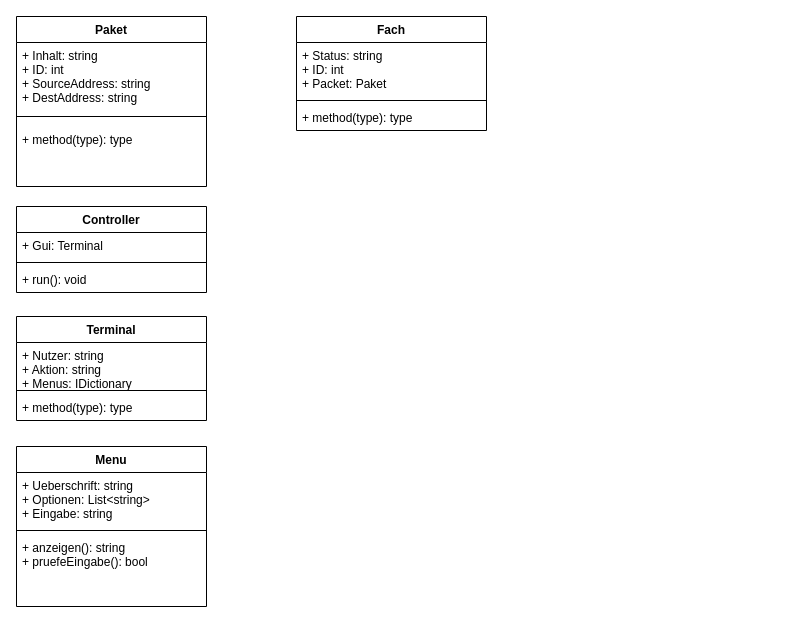
Earlier version of the draw.io diagram UML_Klassendiagramm.drawio (Lektro9/Packstation). Source tidied: cells renumbered, new cells numbered last; positions are measured from the earlier drawing's top-left corner, leaving out a move shared by most shapes. Both pictures are drawn from the tidied source at 100%, with x=0, y=0 at pixel (16, 16).
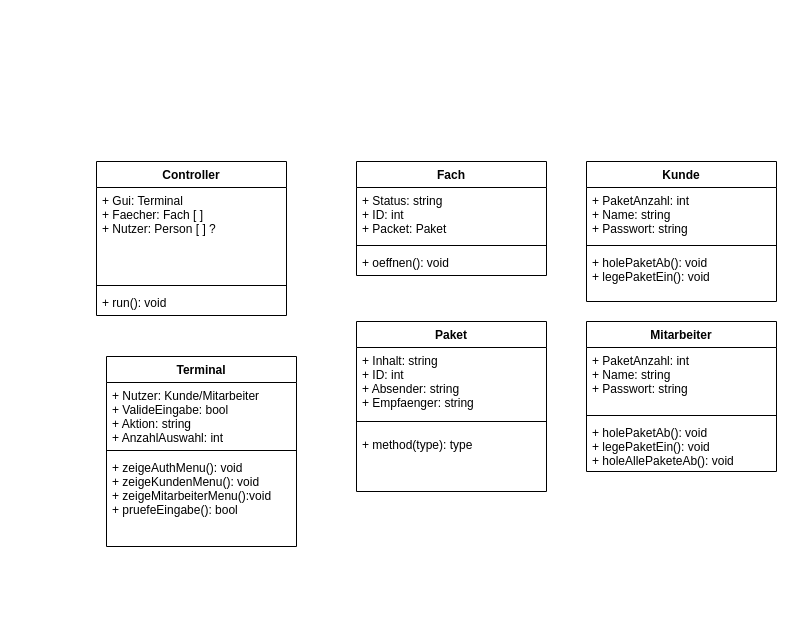
The same diagram, later.

Commit message:
created some classes in the UML-diagram for new structure

Change to the diagram source:
```diff
@@
     <mxCell id="2" value="Paket" style="swimlane;fontStyle=1;align=center;verticalAlign=top;horizontal=1;startSize=26;" parent="1" vertex="1">
-      <mxGeometry width="190" height="170" as="geometry" />
+      <mxGeometry x="340" y="305" width="190" height="170" as="geometry" />
     </mxCell>
-    <mxCell id="3" value="+ Inhalt: string&#10;+ ID: int&#10;+ SourceAddress: string&#10;+ DestAddress: string" style="text;strokeColor=none;fillColor=none;align=left;verticalAlign=top;spacingLeft=4;spacingRight=4;overflow=hidden;" parent="2" vertex="1">
+    <mxCell id="3" value="+ Inhalt: string&#10;+ ID: int&#10;+ Absender: string&#10;+ Empfaenger: string" style="text;strokeColor=none;fillColor=none;align=left;verticalAlign=top;spacingLeft=4;spacingRight=4;overflow=hidden;" parent="2" vertex="1">
       <mxGeometry y="26" width="190" height="64" as="geometry" />
     </mxCell>
@@
     <mxCell id="6" value="Controller" style="swimlane;fontStyle=1;align=center;verticalAlign=top;horizontal=1;startSize=26;" parent="1" vertex="1">
-      <mxGeometry y="190" width="190" height="86" as="geometry" />
+      <mxGeometry x="80" y="145" width="190" height="154" as="geometry" />
     </mxCell>
-    <mxCell id="7" value="+ Gui: Terminal" style="text;strokeColor=none;fillColor=none;align=left;verticalAlign=top;spacingLeft=4;spacingRight=4;overflow=hidden;" parent="6" vertex="1">
-      <mxGeometry y="26" width="190" height="26" as="geometry" />
+    <mxCell id="7" value="+ Gui: Terminal&#10;+ Faecher: Fach [ ]&#10;+ Nutzer: Person [ ] ?&#10;" style="text;strokeColor=none;fillColor=none;align=left;verticalAlign=top;spacingLeft=4;spacingRight=4;overflow=hidden;" parent="6" vertex="1">
+      <mxGeometry y="26" width="190" height="94" as="geometry" />
     </mxCell>
     <mxCell id="8" style="line;strokeWidth=1;fillColor=none;align=left;verticalAlign=middle;spacingTop=-1;spacingLeft=3;spacingRight=3;labelPosition=right;" parent="6" vertex="1">
-      <mxGeometry y="52" width="190" height="8" as="geometry" />
+      <mxGeometry y="120" width="190" height="8" as="geometry" />
     </mxCell>
     <mxCell id="9" value="+ run(): void" style="text;strokeColor=none;fillColor=none;align=left;verticalAlign=top;spacingLeft=4;spacingRight=4;overflow=hidden;" parent="6" vertex="1">
-      <mxGeometry y="60" width="190" height="26" as="geometry" />
+      <mxGeometry y="128" width="190" height="26" as="geometry" />
     </mxCell>
     <mxCell id="10" value="Terminal" style="swimlane;fontStyle=1;align=center;verticalAlign=top;horizontal=1;startSize=26;" parent="1" vertex="1">
-      <mxGeometry y="300" width="190" height="104" as="geometry" />
+      <mxGeometry x="90" y="340" width="190" height="190" as="geometry" />
     </mxCell>
-    <mxCell id="11" value="+ Nutzer: string&#10;+ Aktion: string&#10;+ Menus: IDictionary" style="text;strokeColor=none;fillColor=none;align=left;verticalAlign=top;spacingLeft=4;spacingRight=4;overflow=hidden;" parent="10" vertex="1">
-      <mxGeometry y="26" width="190" height="44" as="geometry" />
+    <mxCell id="11" value="+ Nutzer: Kunde/Mitarbeiter&#10;+ ValideEingabe: bool&#10;+ Aktion: string&#10;+ AnzahlAuswahl: int" style="text;strokeColor=none;fillColor=none;align=left;verticalAlign=top;spacingLeft=4;spacingRight=4;overflow=hidden;" parent="10" vertex="1">
+      <mxGeometry y="26" width="190" height="64" as="geometry" />
     </mxCell>
     <mxCell id="12" style="line;strokeWidth=1;fillColor=none;align=left;verticalAlign=middle;spacingTop=-1;spacingLeft=3;spacingRight=3;labelPosition=right;" parent="10" vertex="1">
-      <mxGeometry y="70" width="190" height="8" as="geometry" />
+      <mxGeometry y="90" width="190" height="8" as="geometry" />
     </mxCell>
-    <mxCell id="13" value="+ method(type): type" style="text;strokeColor=none;fillColor=none;align=left;verticalAlign=top;spacingLeft=4;spacingRight=4;overflow=hidden;" parent="10" vertex="1">
-      <mxGeometry y="78" width="190" height="26" as="geometry" />
+    <mxCell id="13" value="+ zeigeAuthMenu(): void&#10;+ zeigeKundenMenu(): void&#10;+ zeigeMitarbeiterMenu():void&#10;+ pruefeEingabe(): bool&#10;" style="text;strokeColor=none;fillColor=none;align=left;verticalAlign=top;spacingLeft=4;spacingRight=4;overflow=hidden;" parent="10" vertex="1">
+      <mxGeometry y="98" width="190" height="92" as="geometry" />
     </mxCell>
     <mxCell id="14" value="Fach" style="swimlane;fontStyle=1;align=center;verticalAlign=top;horizontal=1;startSize=26;" parent="1" vertex="1">
-      <mxGeometry x="280" width="190" height="114" as="geometry" />
+      <mxGeometry x="340" y="145" width="190" height="114" as="geometry" />
     </mxCell>
@@
-    <mxCell id="17" value="+ method(type): type" style="text;strokeColor=none;fillColor=none;align=left;verticalAlign=top;spacingLeft=4;spacingRight=4;overflow=hidden;" parent="14" vertex="1">
+    <mxCell id="17" value="+ oeffnen(): void" style="text;strokeColor=none;fillColor=none;align=left;verticalAlign=top;spacingLeft=4;spacingRight=4;overflow=hidden;" parent="14" vertex="1">
       <mxGeometry y="88" width="190" height="26" as="geometry" />
     </mxCell>
-    <mxCell id="18" value="Menu" style="swimlane;fontStyle=1;align=center;verticalAlign=top;horizontal=1;startSize=26;" parent="1" vertex="1">
-      <mxGeometry y="430" width="190" height="160" as="geometry" />
-    </mxCell>
-    <mxCell id="19" value="+ Ueberschrift: string&#10;+ Optionen: List&lt;string&gt;&#10;+ Eingabe: string" style="text;strokeColor=none;fillColor=none;align=left;verticalAlign=top;spacingLeft=4;spacingRight=4;overflow=hidden;" parent="18" vertex="1">
-      <mxGeometry y="26" width="190" height="54" as="geometry" />
-    </mxCell>
+    <mxCell id="22" value="Kunde" style="swimlane;fontStyle=1;align=center;verticalAlign=top;horizontal=1;startSize=26;" parent="1" vertex="1">
+      <mxGeometry x="570" y="145" width="190" height="140" as="geometry" />
+    </mxCell>
+    <mxCell id="23" value="+ PaketAnzahl: int&#10;+ Name: string&#10;+ Passwort: string" style="text;strokeColor=none;fillColor=none;align=left;verticalAlign=top;spacingLeft=4;spacingRight=4;overflow=hidden;" parent="22" vertex="1">
+      <mxGeometry y="26" width="190" height="54" as="geometry" />
+    </mxCell>
-    <mxCell id="20" style="line;strokeWidth=1;fillColor=none;align=left;verticalAlign=middle;spacingTop=-1;spacingLeft=3;spacingRight=3;labelPosition=right;" parent="18" vertex="1">
+    <mxCell id="20" style="line;strokeWidth=1;fillColor=none;align=left;verticalAlign=middle;spacingTop=-1;spacingLeft=3;spacingRight=3;labelPosition=right;" parent="22" vertex="1">
       <mxGeometry y="80" width="190" height="8" as="geometry" />
     </mxCell>
-    <mxCell id="21" value="+ anzeigen(): string&#10;+ pruefeEingabe(): bool" style="text;strokeColor=none;fillColor=none;align=left;verticalAlign=top;spacingLeft=4;spacingRight=4;overflow=hidden;" parent="18" vertex="1">
-      <mxGeometry y="88" width="190" height="72" as="geometry" />
-    </mxCell>
+    <mxCell id="24" value="+ holePaketAb(): void&#10;+ legePaketEin(): void" style="text;strokeColor=none;fillColor=none;align=left;verticalAlign=top;spacingLeft=4;spacingRight=4;overflow=hidden;" parent="22" vertex="1">
+      <mxGeometry y="88" width="190" height="52" as="geometry" />
+    </mxCell>
+    <mxCell id="25" value="Mitarbeiter" style="swimlane;fontStyle=1;align=center;verticalAlign=top;horizontal=1;startSize=26;" parent="1" vertex="1">
+      <mxGeometry x="570" y="305" width="190" height="150" as="geometry" />
+    </mxCell>
+    <mxCell id="26" value="+ PaketAnzahl: int&#10;+ Name: string&#10;+ Passwort: string" style="text;strokeColor=none;fillColor=none;align=left;verticalAlign=top;spacingLeft=4;spacingRight=4;overflow=hidden;" parent="25" vertex="1">
+      <mxGeometry y="26" width="190" height="64" as="geometry" />
+    </mxCell>
+    <mxCell id="27" style="line;strokeWidth=1;fillColor=none;align=left;verticalAlign=middle;spacingTop=-1;spacingLeft=3;spacingRight=3;labelPosition=right;" parent="25" vertex="1">
+      <mxGeometry y="90" width="190" height="8" as="geometry" />
+    </mxCell>
+    <mxCell id="28" value="+ holePaketAb(): void&#10;+ legePaketEin(): void&#10;+ holeAllePaketeAb(): void" style="text;strokeColor=none;fillColor=none;align=left;verticalAlign=top;spacingLeft=4;spacingRight=4;overflow=hidden;" parent="25" vertex="1">
+      <mxGeometry y="98" width="190" height="52" as="geometry" />
+    </mxCell>
```
